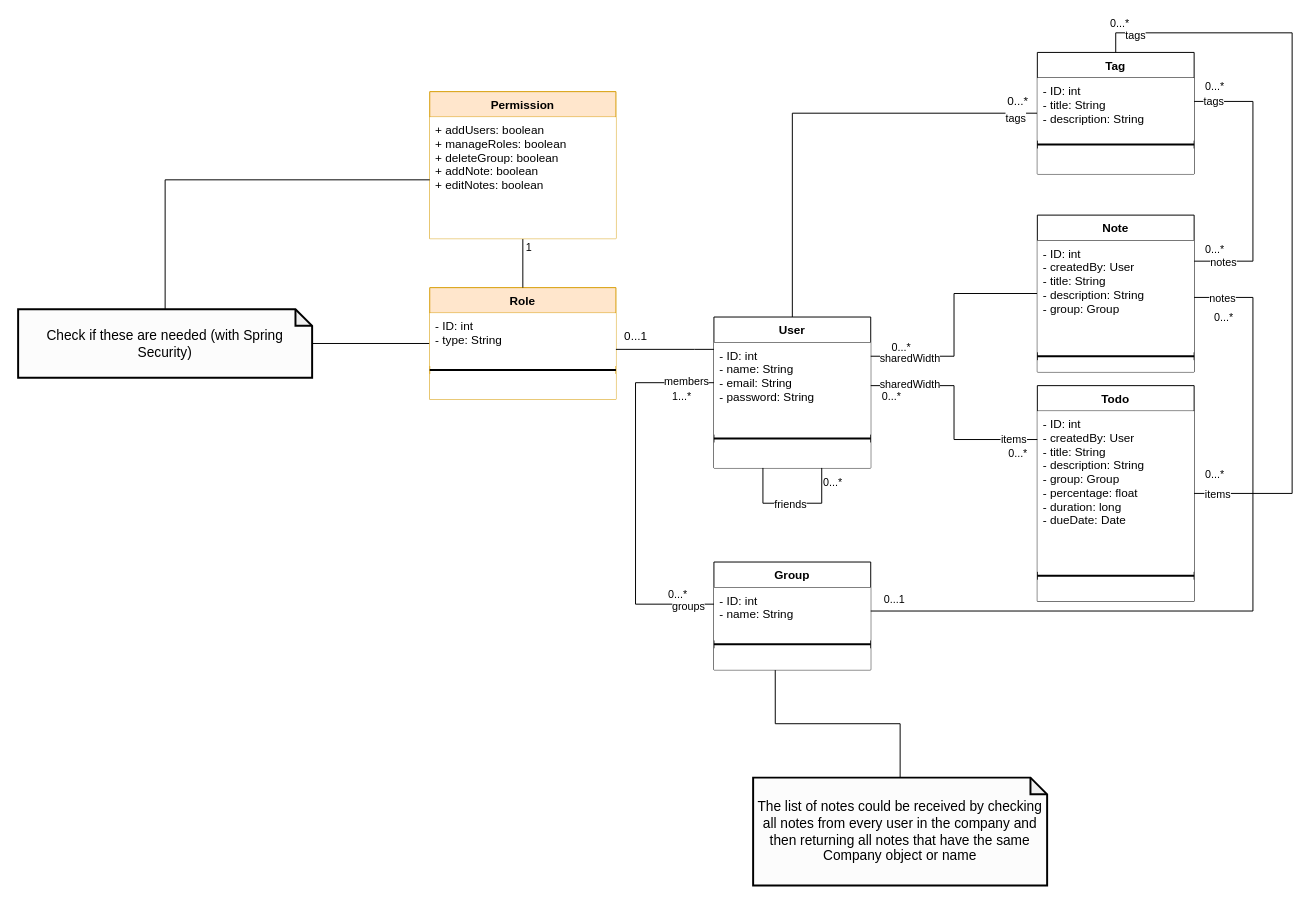
Earlier version of the draw.io diagram Tododo.drawio (tienthai0205/tododo-api). Source tidied: cells renumbered, new cells numbered last; positions are measured from the earlier drawing's top-left corner, leaving out a move shared by most shapes. Both pictures are drawn from the tidied source at 98%, with x=0, y=0 at pixel (18, 32).
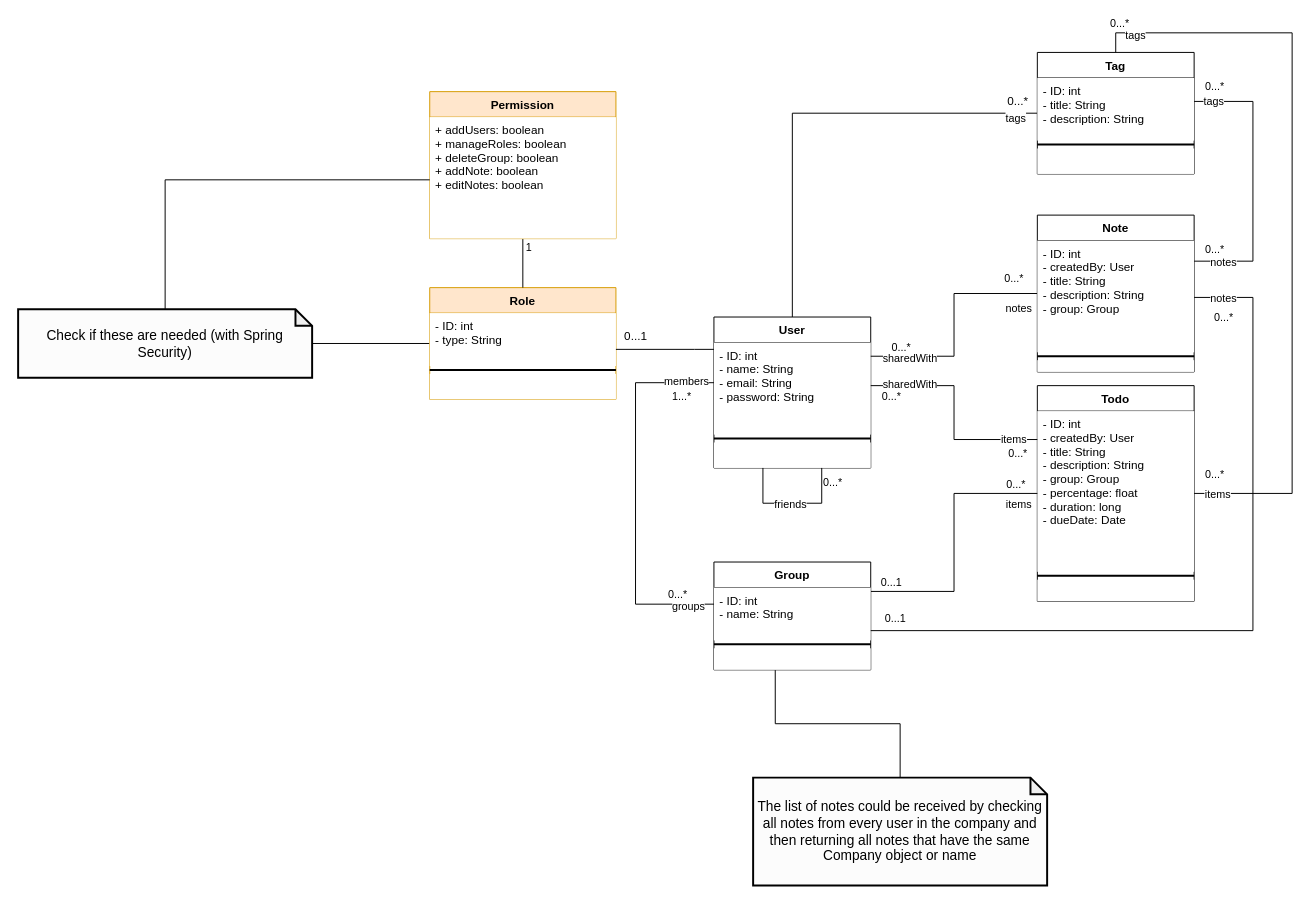
The same page after the edit.

Unchanged cells that the change refers to:
```xml
<mxCell id="8" style="edgeStyle=orthogonalEdgeStyle;rounded=0;jettySize=auto;html=1;endArrow=none;endFill=0;" parent="1" edge="1" source="11" target="4">
  <mxGeometry relative="1" as="geometry">
    <Array as="points">
      <mxPoint x="955" y="266" />
      <mxPoint x="955" y="330" />
    </Array>
  </mxGeometry>
</mxCell>
<mxCell id="11" value="Note" style="swimlane;fontStyle=1;align=center;verticalAlign=top;horizontal=1;startSize=26;" parent="1" vertex="1">
  <mxGeometry x="1040" y="186" width="160" height="160" as="geometry" />
</mxCell>
<mxCell id="15" value="Todo" style="swimlane;fontStyle=1;align=center;verticalAlign=top;horizontal=1;startSize=26;" parent="1" vertex="1">
  <mxGeometry x="1040" y="360" width="160" height="220" as="geometry" />
</mxCell>
<mxCell id="23" style="edgeStyle=orthogonalEdgeStyle;rounded=0;jettySize=auto;html=1;endArrow=none;endFill=0;" parent="1" edge="1" source="5" target="15">
  <mxGeometry relative="1" as="geometry">
    <Array as="points">
      <mxPoint x="955" y="360" />
      <mxPoint x="955" y="415" />
    </Array>
  </mxGeometry>
</mxCell>
<mxCell id="34" value="Group" style="swimlane;fontStyle=1;align=center;verticalAlign=top;horizontal=1;startSize=26;" parent="1" vertex="1">
  <mxGeometry x="710" y="540" width="160" height="110" as="geometry" />
</mxCell>
<mxCell id="35" value="- ID: int&#10;- name: String&#10;" style="text;strokeColor=none;align=left;verticalAlign=top;spacingLeft=4;spacingRight=4;overflow=hidden;points=[[0,0.5],[1,0.5]];portConstraint=eastwest;fillColor=#ffffff;" parent="34" vertex="1">
  <mxGeometry y="26" width="160" height="54" as="geometry" />
</mxCell>
```

Change to the diagram source:
```diff
@@
-    <mxCell id="10" value="sharedWidth" style="edgeLabel;html=1;align=center;verticalAlign=middle;" parent="8" vertex="1">
+    <mxCell id="10" value="sharedWith" style="edgeLabel;html=1;align=center;verticalAlign=middle;" parent="8" vertex="1">
       <mxGeometry x="0.77" y="1" relative="1" as="geometry">
         <mxPoint x="12.8" as="offset" />
       </mxGeometry>
     </mxCell>
+    <mxCell id="70" value="notes" style="edgeLabel;html=1;align=center;verticalAlign=middle;" parent="8" vertex="1">
+      <mxGeometry x="-0.75" relative="1" as="geometry">
+        <mxPoint x="9" y="14" as="offset" />
+      </mxGeometry>
+    </mxCell>
+    <mxCell id="71" value="0...*" style="edgeLabel;html=1;align=center;verticalAlign=middle;" parent="8" vertex="1">
+      <mxGeometry x="-0.79" y="1" relative="1" as="geometry">
+        <mxPoint y="-17" as="offset" />
+      </mxGeometry>
+    </mxCell>
@@
-    <mxCell id="27" value="sharedWidth" style="edgeLabel;html=1;align=center;verticalAlign=middle;" parent="23" vertex="1">
+    <mxCell id="27" value="sharedWith" style="edgeLabel;html=1;align=center;verticalAlign=middle;" parent="23" vertex="1">
       <mxGeometry x="-0.73" y="2" relative="1" as="geometry">
         <mxPoint x="9.3" as="offset" />
       </mxGeometry>
     </mxCell>
@@
+    <mxCell id="72" style="edgeStyle=orthogonalEdgeStyle;rounded=0;jettySize=auto;html=1;endArrow=none;endFill=0;" parent="1" edge="1" source="34" target="15">
+      <mxGeometry relative="1" as="geometry">
+        <Array as="points">
+          <mxPoint x="955" y="570" />
+          <mxPoint x="955" y="470" />
+        </Array>
+      </mxGeometry>
+    </mxCell>
+    <mxCell id="73" value="items" style="edgeLabel;html=1;align=center;verticalAlign=middle;" parent="72" vertex="1">
+      <mxGeometry x="0.82" y="1" relative="1" as="geometry">
+        <mxPoint x="4.5" y="11" as="offset" />
+      </mxGeometry>
+    </mxCell>
+    <mxCell id="74" value="0...*" style="edgeLabel;html=1;align=center;verticalAlign=middle;" parent="72" vertex="1">
+      <mxGeometry x="0.83" y="1" relative="1" as="geometry">
+        <mxPoint y="-9" as="offset" />
+      </mxGeometry>
+    </mxCell>
+    <mxCell id="75" value="0...1" style="edgeLabel;html=1;align=center;verticalAlign=middle;" parent="72" vertex="1">
+      <mxGeometry x="-0.85" y="-1" relative="1" as="geometry">
+        <mxPoint y="-11" as="offset" />
+      </mxGeometry>
+    </mxCell>
@@
     <mxCell id="43" style="edgeStyle=orthogonalEdgeStyle;rounded=0;jettySize=auto;html=1;endArrow=none;endFill=0;" parent="1" edge="1" source="35" target="11">
       <mxGeometry relative="1" as="geometry">
         <Array as="points">
-          <mxPoint x="1260" y="590" />
+          <mxPoint x="1260" y="610" />
           <mxPoint x="1260" y="270" />
         </Array>
       </mxGeometry>
     </mxCell>
```
